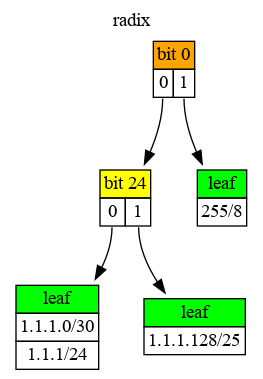
Earlier version of the Graphviz export assets/readme.dot.png (hertogp/radix). Its source is kept beside it as assets/readme.dot.
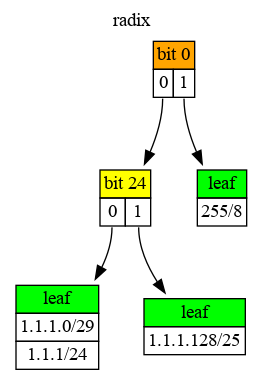
Above is the later version.

Change to the diagram source:
```diff
@@ -18,7 +18,7 @@
 N1 [label=<
   <TABLE BORDER="0" CELLBORDER="1" CELLSPACING="0">
     <TR><TD PORT="N1" BGCOLOR="green">leaf</TD></TR>
-    <TR><TD>1.1.1.0/30</TD></TR>
+    <TR><TD>1.1.1.0/29</TD></TR>
 <TR><TD>1.1.1/24</TD></TR>
   </TABLE>
   >, shape="plaintext"];
```
